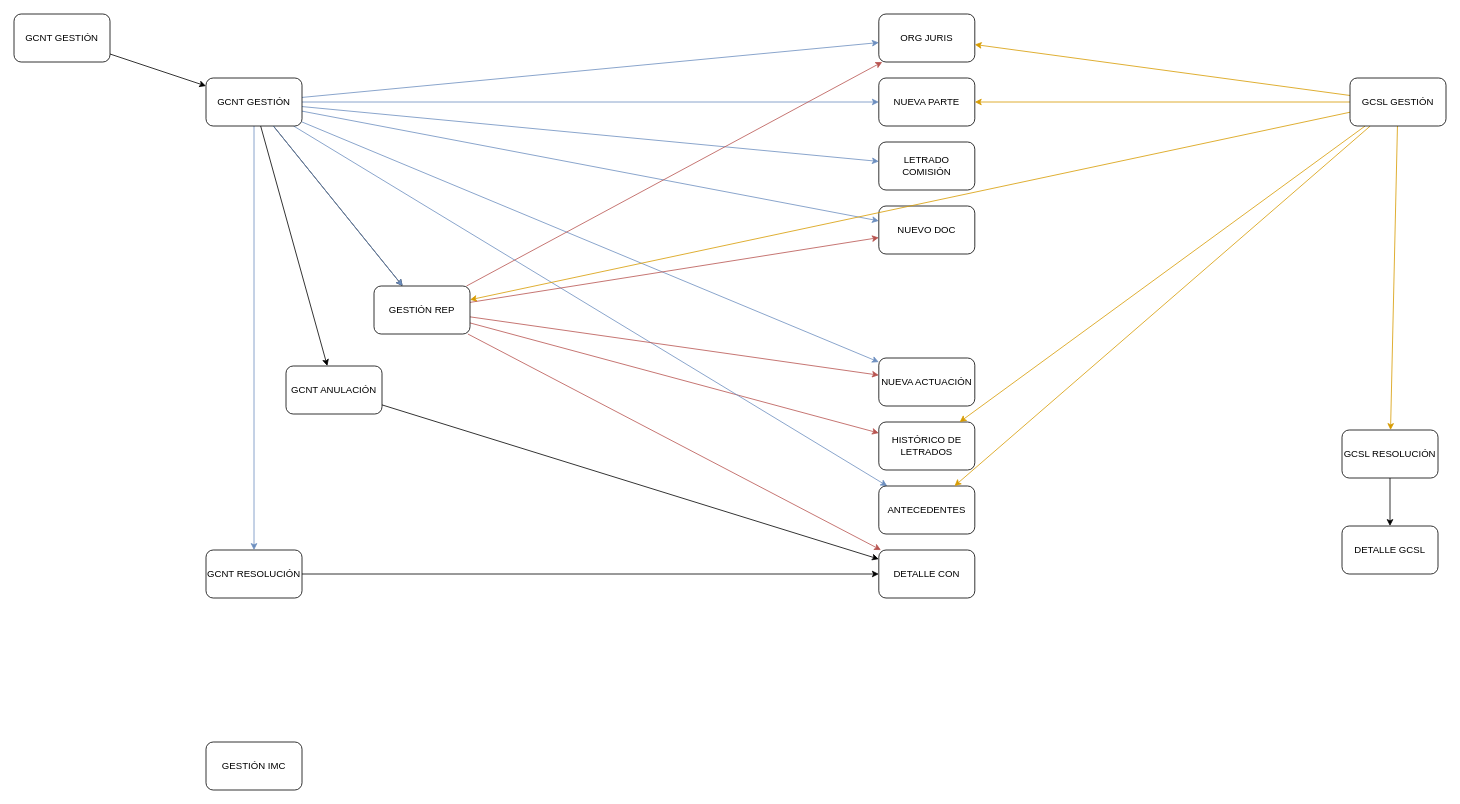
This is page "Página-1" (1 of 3) of mierdas.drawio from rlop666/diagramas, a draw.io file, before an edit. Source tidied: cells renumbered, new cells numbered last; positions are measured from the earlier drawing's top-left corner, leaving out a move shared by most shapes. Both pictures are drawn from the tidied source at 80%, with x=0, y=0 at pixel (14, 14).
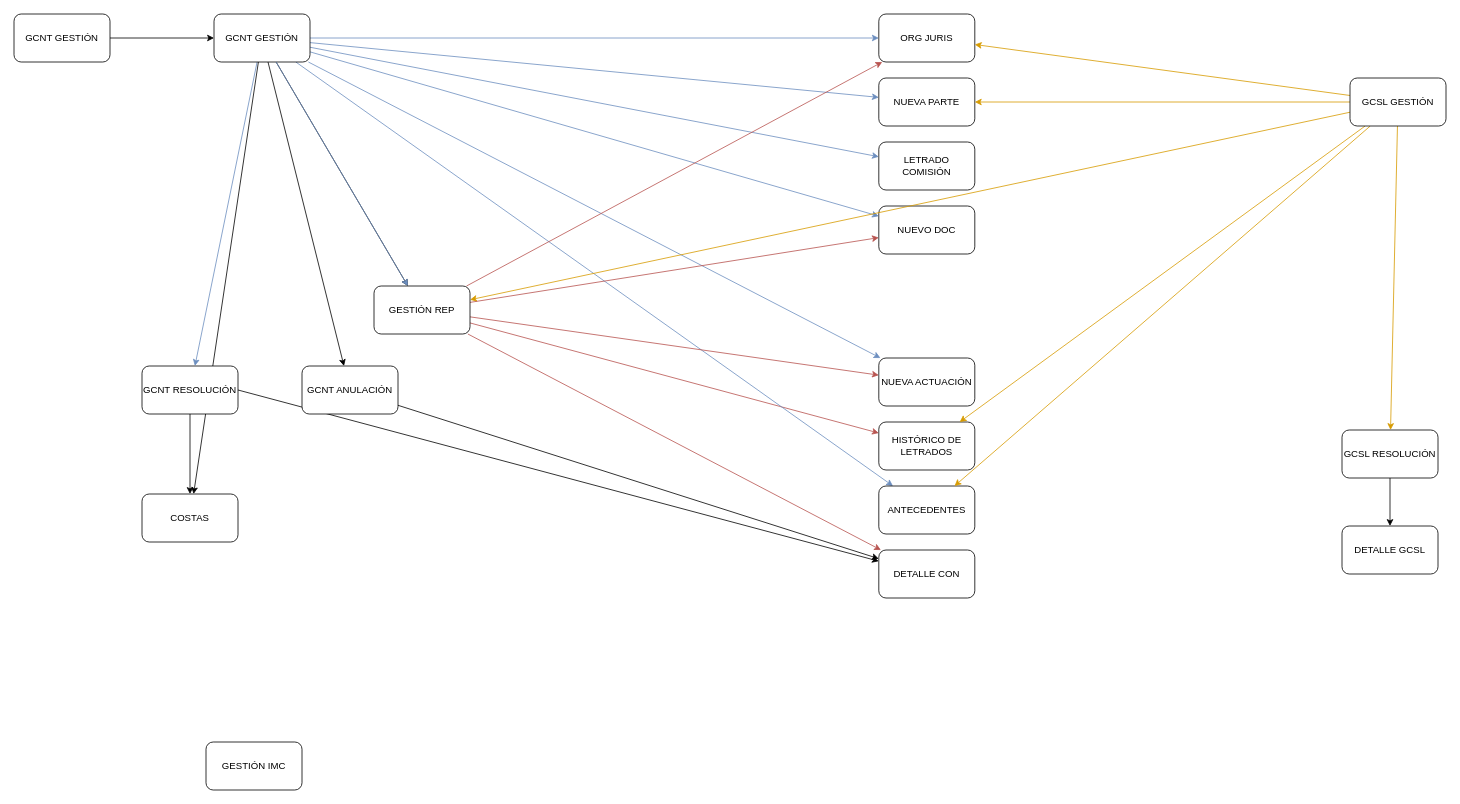
After the change.

Commit message:
POR EXPED

What changed in the source:
```diff
@@
+    <mxCell id="44" style="rounded=0;jettySize=auto;html=1;" parent="1" edge="1" source="19" target="46">
+      <mxGeometry relative="1" as="geometry" />
+    </mxCell>
     <mxCell id="19" value="GCNT GESTIÓN" style="rounded=1;whiteSpace=wrap;html=1;" parent="1" vertex="1">
-      <mxGeometry x="240" y="80" width="120" height="60" as="geometry" />
+      <mxGeometry x="250" width="120" height="60" as="geometry" />
     </mxCell>
@@
+    <mxCell id="45" style="edgeStyle=orthogonalEdgeStyle;rounded=0;jettySize=auto;html=1;entryX=0.5;entryY=0;entryDx=0;entryDy=0;" parent="1" edge="1" source="21" target="46">
+      <mxGeometry relative="1" as="geometry" />
+    </mxCell>
     <mxCell id="21" value="GCNT RESOLUCIÓN" style="rounded=1;whiteSpace=wrap;html=1;" parent="1" vertex="1">
-      <mxGeometry x="240" y="670" width="120" height="60" as="geometry" />
+      <mxGeometry x="160" y="440" width="120" height="60" as="geometry" />
     </mxCell>
@@
     <mxCell id="43" value="GCNT ANULACIÓN" style="rounded=1;whiteSpace=wrap;html=1;" parent="1" vertex="1">
-      <mxGeometry x="340" y="440" width="120" height="60" as="geometry" />
+      <mxGeometry x="360" y="440" width="120" height="60" as="geometry" />
     </mxCell>
+    <mxCell id="46" value="COSTAS" style="rounded=1;whiteSpace=wrap;html=1;" parent="1" vertex="1">
+      <mxGeometry x="160" y="600" width="120" height="60" as="geometry" />
+    </mxCell>
```
